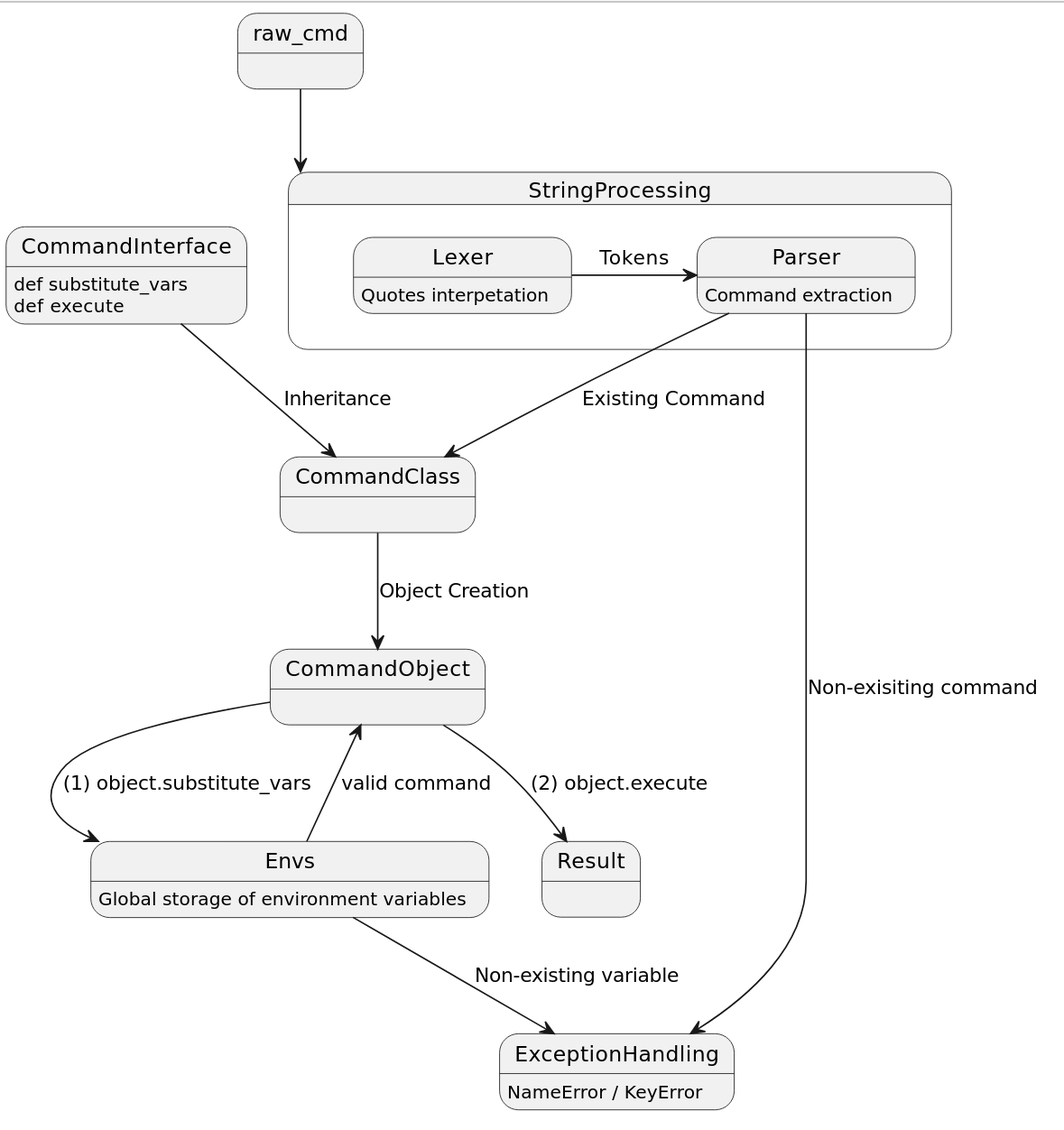
Above: scheme/scheme.png in ritka-admin/sd_cli (PlantUML), before the change. Its source is kept beside it as scheme/scheme.puml.
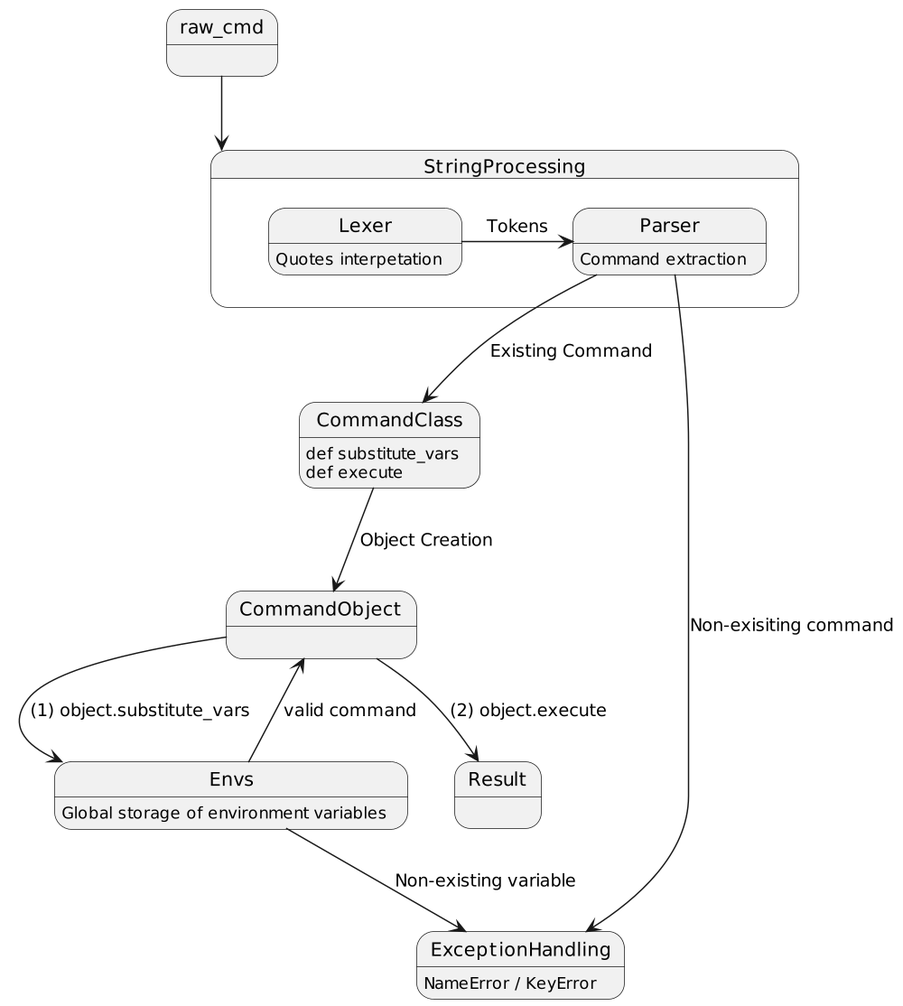
The same diagram one commit later.

What changed in the source:
```diff
@@ -1,28 +1,26 @@
 @startuml
-scale 350 width
+scale 1000 width
 
 raw_cmd --> StringProcessing
-CommandInterface --> CommandClass : Inheritance
-CommandInterface : def substitute_vars
-CommandInterface : def execute
 
 state StringProcessing {
   Lexer -> Parser : Tokens
   Lexer : Quotes interpetation
-  Parser --> CommandClass : Existing Command
   Parser : Command extraction
 }
 
+Parser --> CommandClass : Existing Command
 Parser --> ExceptionHandling : Non-exisiting command
 ExceptionHandling : NameError / KeyError
 
 state Envs
 Envs : Global storage of environment variables
 CommandClass --> CommandObject : Object Creation
+CommandClass : def substitute_vars
+CommandClass : def execute
 CommandObject --> Envs : (1) object.substitute_vars
 Envs --> CommandObject : valid command
 Envs --> ExceptionHandling : Non-existing variable
 
 CommandObject --> Result : (2) object.execute
-
 @enduml
```
